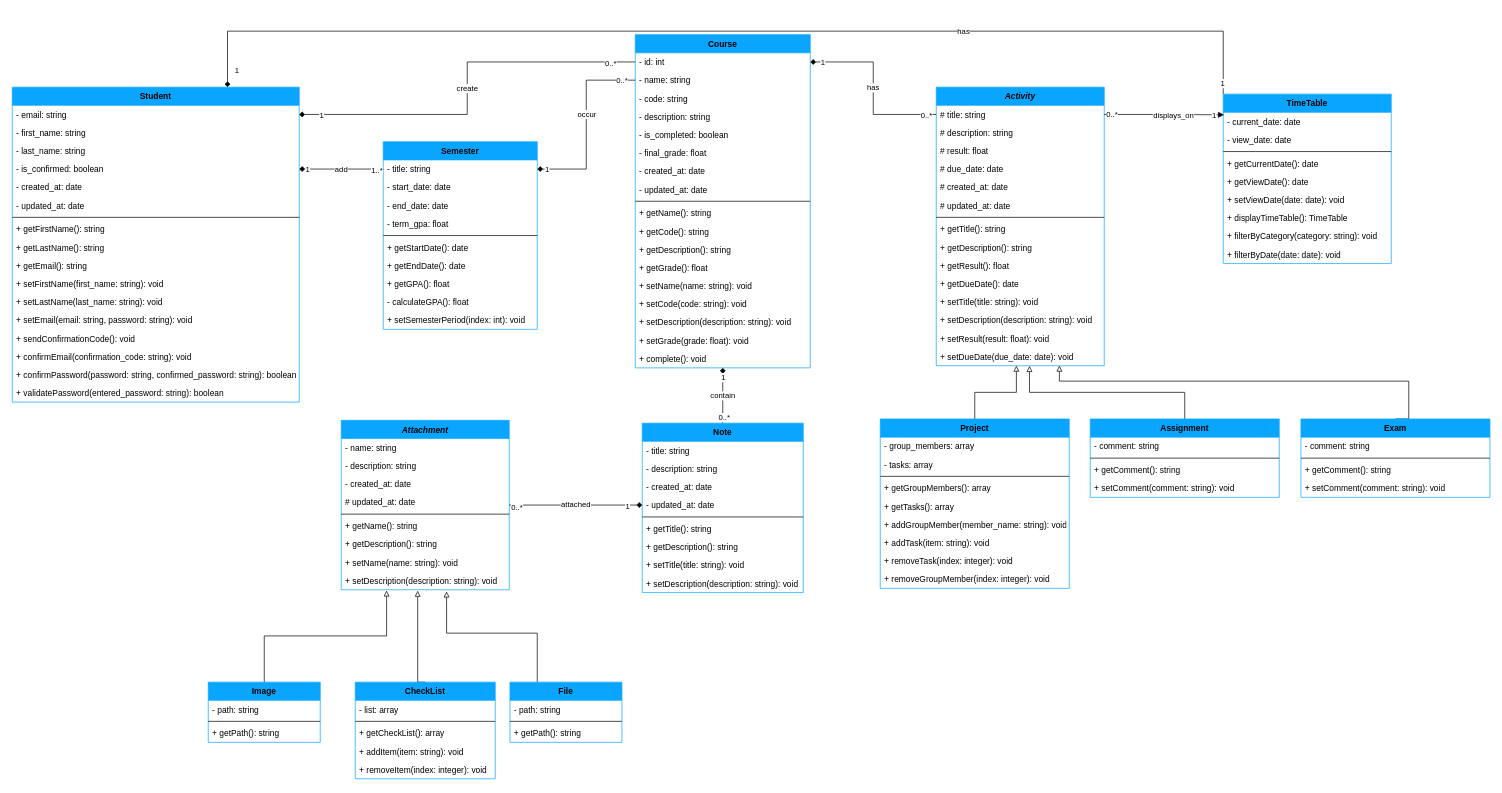
Before: UML/Class_Diagram.drawio in Karl-maker/Student_Companion, a draw.io diagram. Source tidied: cells renumbered, new cells numbered last; positions are measured from the earlier drawing's top-left corner, leaving out a move shared by most shapes. Both pictures are drawn from the tidied source at 70%, with x=0, y=0 at pixel (12, 31).
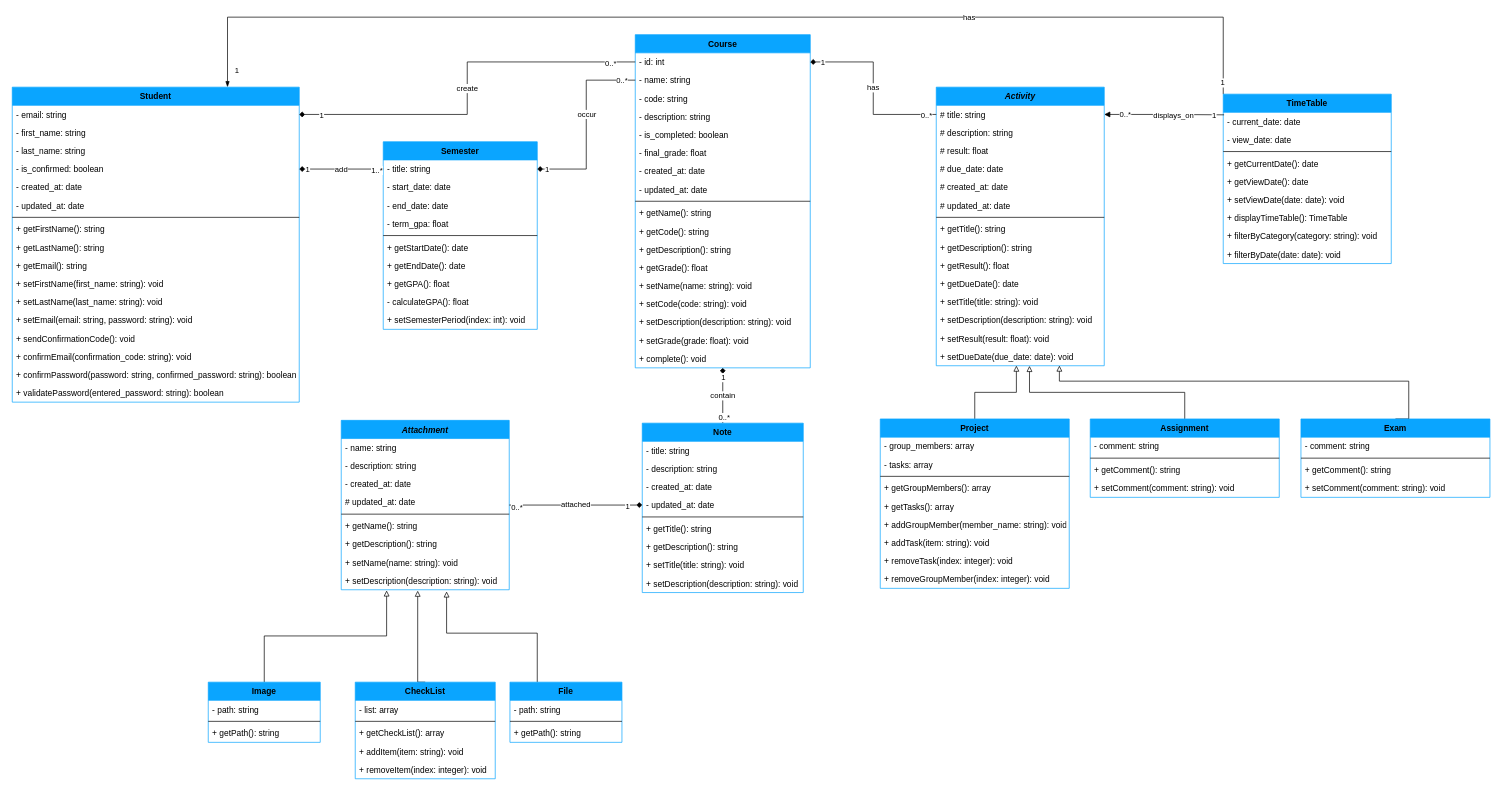
Above is the later version.

Commit message (it also covers changes not shown here):
Class Diagram Update

Changed Relationships

Unchanged cells that the change refers to:
```xml
<mxCell id="6" value="Student" style="swimlane;fontStyle=1;align=center;verticalAlign=top;horizontal=1;startSize=26;fillColor=#0AA5FF;strokeColor=#0AA5FF;" parent="1" vertex="1">
  <mxGeometry y="80" width="410" height="450" as="geometry" />
</mxCell>
<mxCell id="90" value="# title: string" style="text;strokeColor=none;fillColor=none;align=left;verticalAlign=top;spacingLeft=4;spacingRight=4;overflow=hidden;points=[[0,0.5],[1,0.5]];portConstraint=eastwest;" parent="89" vertex="1">
  <mxGeometry y="26" width="240" height="26" as="geometry" />
</mxCell>
<mxCell id="131" value="TimeTable" style="swimlane;fontStyle=1;align=center;verticalAlign=top;horizontal=1;startSize=26;strokeColor=#0AA5FF;fillColor=#0AA5FF;" parent="1" vertex="1">
  <mxGeometry x="1730" y="90" width="240" height="242" as="geometry" />
</mxCell>
<mxCell id="132" value="- current_date: date" style="text;strokeColor=none;fillColor=none;align=left;verticalAlign=top;spacingLeft=4;spacingRight=4;overflow=hidden;points=[[0,0.5],[1,0.5]];portConstraint=eastwest;" parent="131" vertex="1">
  <mxGeometry y="26" width="240" height="26" as="geometry" />
</mxCell>
```

The edit, as a diff of the source:
```diff
@@
-    <mxCell id="2" style="edgeStyle=orthogonalEdgeStyle;rounded=0;jettySize=auto;html=1;exitX=0.75;exitY=0;exitDx=0;exitDy=0;entryX=0;entryY=0;entryDx=0;entryDy=0;startArrow=diamond;startFill=1;endArrow=none;endFill=0;" parent="1" edge="1" source="6" target="131">
+    <mxCell id="2" style="edgeStyle=orthogonalEdgeStyle;rounded=0;jettySize=auto;html=1;exitX=0.75;exitY=0;exitDx=0;exitDy=0;entryX=0;entryY=0;entryDx=0;entryDy=0;startArrow=blockThin;startFill=1;endArrow=none;endFill=0;" parent="1" edge="1" source="6" target="131">
       <mxGeometry relative="1" as="geometry">
         <Array as="points">
-          <mxPoint x="308" />
-          <mxPoint x="1730" />
+          <mxPoint x="308" y="-20" />
+          <mxPoint x="1730" y="-20" />
         </Array>
       </mxGeometry>
     </mxCell>
@@
-    <mxCell id="141" style="edgeStyle=orthogonalEdgeStyle;rounded=0;jettySize=auto;html=1;exitX=1;exitY=0.5;exitDx=0;exitDy=0;entryX=0.005;entryY=0.137;entryDx=0;entryDy=0;entryPerimeter=0;startArrow=none;startFill=0;endArrow=block;endFill=1;" parent="1" edge="1" source="90" target="132">
+    <mxCell id="141" style="edgeStyle=orthogonalEdgeStyle;rounded=0;jettySize=auto;html=1;exitX=1;exitY=0.5;exitDx=0;exitDy=0;entryX=0.005;entryY=0.137;entryDx=0;entryDy=0;entryPerimeter=0;startArrow=block;startFill=1;endArrow=none;endFill=0;" parent="1" edge="1" source="90" target="132">
       <mxGeometry relative="1" as="geometry" />
     </mxCell>
@@
     <mxCell id="143" value="0..*" style="edgeLabel;html=1;align=center;verticalAlign=middle;" parent="141" vertex="1">
       <mxGeometry x="-0.92" y="1" relative="1" as="geometry">
-        <mxPoint x="3.1" as="offset" />
+        <mxPoint x="22.6" as="offset" />
       </mxGeometry>
     </mxCell>
```
